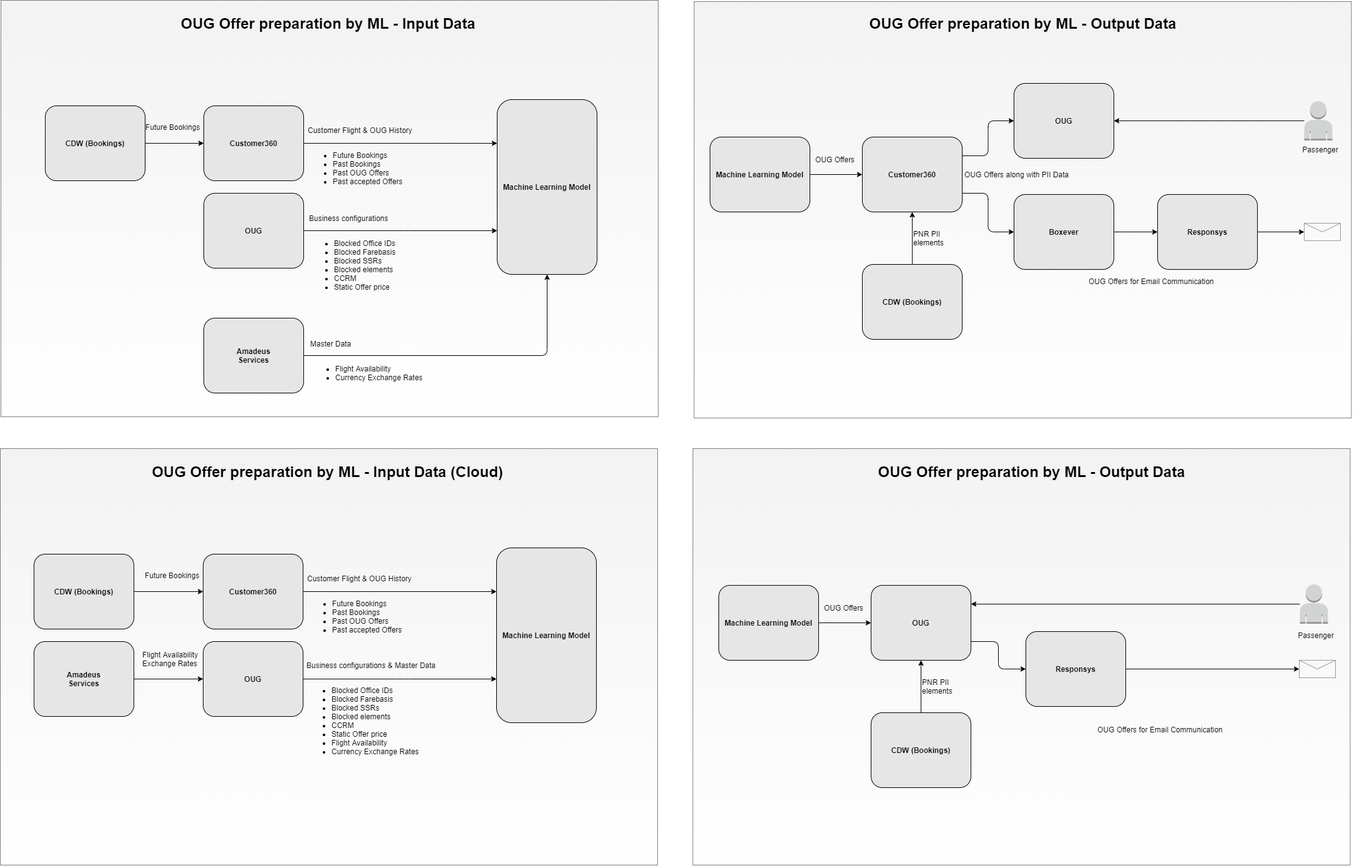
Before: OUG ML.drawio.png, a diagram exported from draw.io (NarendraGangineni/mycode). Source tidied: cells renumbered, new cells last; positions are measured from the earlier drawing's top-left corner, leaving out a move shared by most shapes.
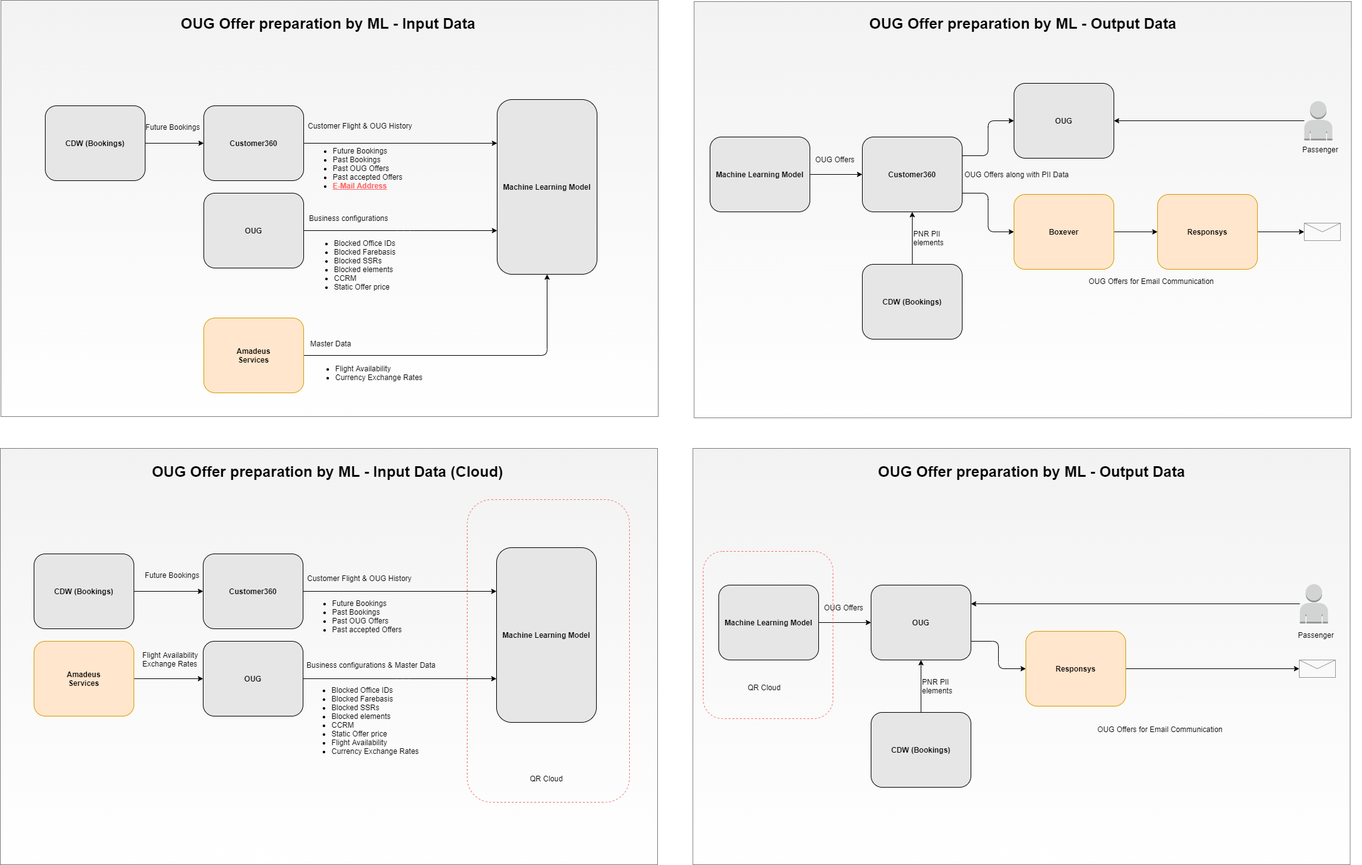
After the commit.

The edit, as a diff of the source:
```diff
@@ -44,13 +44,13 @@
     <mxCell id="15" style="edgeStyle=orthogonalEdgeStyle;rounded=1;jettySize=auto;html=1;exitX=1;exitY=0.5;exitDx=0;exitDy=0;startArrow=none;startFill=0;strokeWidth=1;fillColor=none;" parent="2" edge="1" source="16" target="18">
       <mxGeometry relative="1" as="geometry" />
     </mxCell>
-    <mxCell id="16" value="&lt;b&gt;Boxever&lt;/b&gt;" style="rounded=1;whiteSpace=wrap;html=1;strokeColor=default;fillColor=#E6E6E6;" parent="2" vertex="1">
+    <mxCell id="16" value="&lt;b&gt;Boxever&lt;/b&gt;" style="rounded=1;whiteSpace=wrap;html=1;strokeColor=#d79b00;fillColor=#ffe6cc;" parent="2" vertex="1">
       <mxGeometry x="510" y="311" width="160" height="120" as="geometry" />
     </mxCell>
     <mxCell id="17" style="edgeStyle=orthogonalEdgeStyle;rounded=1;jettySize=auto;html=1;exitX=1;exitY=0.5;exitDx=0;exitDy=0;startArrow=none;startFill=0;strokeWidth=1;fillColor=none;" parent="2" edge="1" source="18" target="19">
       <mxGeometry relative="1" as="geometry" />
     </mxCell>
-    <mxCell id="18" value="&lt;b&gt;Responsys&lt;/b&gt;" style="rounded=1;whiteSpace=wrap;html=1;strokeColor=default;fillColor=#E6E6E6;" parent="2" vertex="1">
+    <mxCell id="18" value="&lt;b&gt;Responsys&lt;/b&gt;" style="rounded=1;whiteSpace=wrap;html=1;strokeColor=#d79b00;fillColor=#ffe6cc;" parent="2" vertex="1">
       <mxGeometry x="740" y="311" width="160" height="120" as="geometry" />
     </mxCell>
     <mxCell id="19" style="verticalLabelPosition=bottom;shadow=0;dashed=0;align=center;html=1;verticalAlign=top;strokeWidth=1;shape=mxgraph.mockup.misc.mail2;strokeColor=#999999;rounded=0;glass=0;sketch=0;fillColor=none;gradientColor=#ffffff;" parent="2" vertex="1">
@@ -86,7 +86,7 @@
     <mxCell id="29" value="&lt;b&gt;OUG&lt;/b&gt;" style="rounded=1;whiteSpace=wrap;html=1;strokeColor=default;fillColor=#E6E6E6;" parent="25" vertex="1">
       <mxGeometry x="325" y="309" width="160" height="120" as="geometry" />
     </mxCell>
-    <mxCell id="30" value="&lt;div&gt;Customer Flight &amp;amp; OUG History&lt;/div&gt;&lt;div&gt;&lt;br&gt;&lt;/div&gt;&lt;ul&gt;&lt;li&gt;Future Bookings&lt;/li&gt;&lt;li&gt;Past Bookings&lt;/li&gt;&lt;li&gt;Past OUG Offers&lt;/li&gt;&lt;li&gt;Past accepted Offers&lt;/li&gt;&lt;/ul&gt;" style="text;html=1;strokeColor=none;fillColor=none;align=left;verticalAlign=middle;whiteSpace=wrap;rounded=0;dashed=1;" parent="25" vertex="1">
+    <mxCell id="30" value="&lt;div&gt;Customer Flight &amp;amp; OUG History&lt;/div&gt;&lt;div&gt;&lt;br&gt;&lt;/div&gt;&lt;ul&gt;&lt;li&gt;Future Bookings&lt;/li&gt;&lt;li&gt;Past Bookings&lt;/li&gt;&lt;li&gt;Past OUG Offers&lt;/li&gt;&lt;li&gt;Past accepted Offers&lt;/li&gt;&lt;li&gt;&lt;b&gt;&lt;u&gt;&lt;font color=&quot;#ff6666&quot;&gt;E-Mail Address&lt;/font&gt;&lt;/u&gt;&lt;/b&gt;&lt;/li&gt;&lt;/ul&gt;" style="text;html=1;strokeColor=none;fillColor=none;align=left;verticalAlign=middle;whiteSpace=wrap;rounded=0;dashed=1;" parent="25" vertex="1">
       <mxGeometry x="490" y="197" width="230" height="116" as="geometry" />
     </mxCell>
     <mxCell id="31" value="&lt;span&gt;Business configurations&lt;br&gt;&lt;br&gt;&lt;/span&gt;&lt;ul&gt;&lt;li&gt;Blocked Office IDs&lt;/li&gt;&lt;li&gt;Blocked Farebasis&lt;/li&gt;&lt;li&gt;Blocked SSRs&lt;/li&gt;&lt;li&gt;Blocked elements&lt;/li&gt;&lt;li&gt;CCRM&lt;/li&gt;&lt;li&gt;Static Offer price&lt;/li&gt;&lt;/ul&gt;" style="text;html=1;strokeColor=none;fillColor=none;align=left;verticalAlign=middle;whiteSpace=wrap;rounded=0;dashed=1;" parent="25" vertex="1">
@@ -109,7 +109,7 @@
     <mxCell id="35" style="edgeStyle=orthogonalEdgeStyle;rounded=1;jettySize=auto;html=1;strokeWidth=1;entryX=0.5;entryY=1;entryDx=0;entryDy=0;startArrow=none;startFill=0;" parent="25" edge="1" source="36" target="32">
       <mxGeometry relative="1" as="geometry" />
     </mxCell>
-    <mxCell id="36" value="&lt;b&gt;Amadeus&lt;br&gt;Services&lt;br&gt;&lt;/b&gt;" style="rounded=1;whiteSpace=wrap;html=1;strokeColor=default;fillColor=#E6E6E6;" parent="25" vertex="1">
+    <mxCell id="36" value="&lt;b&gt;Amadeus&lt;br&gt;Services&lt;br&gt;&lt;/b&gt;" style="rounded=1;whiteSpace=wrap;html=1;strokeColor=#d79b00;fillColor=#ffe6cc;" parent="25" vertex="1">
       <mxGeometry x="325" y="509" width="160" height="120" as="geometry" />
     </mxCell>
     <mxCell id="37" value="&lt;span&gt;Master Data&lt;br&gt;&lt;br&gt;&lt;/span&gt;&lt;ul&gt;&lt;li&gt;Flight Availability&lt;/li&gt;&lt;li&gt;Currency Exchange Rates&lt;/li&gt;&lt;/ul&gt;" style="text;html=1;strokeColor=none;fillColor=none;align=left;verticalAlign=middle;whiteSpace=wrap;rounded=0;dashed=1;" parent="25" vertex="1">
@@ -162,7 +162,7 @@
     <mxCell id="51" style="edgeStyle=orthogonalEdgeStyle;rounded=1;jettySize=auto;html=1;strokeWidth=1;entryX=0;entryY=0.5;entryDx=0;entryDy=0;startArrow=none;startFill=0;" parent="41" edge="1" source="52" target="45">
       <mxGeometry relative="1" as="geometry" />
     </mxCell>
-    <mxCell id="52" value="&lt;b&gt;Amadeus&lt;br&gt;Services&lt;br&gt;&lt;/b&gt;" style="rounded=1;whiteSpace=wrap;html=1;strokeColor=default;fillColor=#E6E6E6;" parent="41" vertex="1">
+    <mxCell id="52" value="&lt;b&gt;Amadeus&lt;br&gt;Services&lt;br&gt;&lt;/b&gt;" style="rounded=1;whiteSpace=wrap;html=1;strokeColor=#d79b00;fillColor=#ffe6cc;" parent="41" vertex="1">
       <mxGeometry x="54" y="309" width="160" height="120" as="geometry" />
     </mxCell>
     <mxCell id="53" value="&lt;span&gt;Flight Availability&lt;/span&gt;&lt;br&gt;&lt;span&gt;Exchange Rates&lt;/span&gt;" style="text;html=1;strokeColor=none;fillColor=none;align=left;verticalAlign=middle;whiteSpace=wrap;rounded=0;dashed=1;" parent="41" vertex="1">
@@ -177,6 +177,12 @@
     <mxCell id="56" value="&lt;div&gt;Future Bookings&lt;/div&gt;" style="text;html=1;strokeColor=none;fillColor=none;align=left;verticalAlign=middle;whiteSpace=wrap;rounded=0;dashed=1;" parent="41" vertex="1">
       <mxGeometry x="230" y="187" width="99" height="32" as="geometry" />
     </mxCell>
+    <mxCell id="75" style="rounded=1;whiteSpace=wrap;html=1;shadow=0;glass=1;sketch=0;fontColor=#FF6666;strokeColor=#EA6B66;fillColor=none;gradientColor=#ffffff;align=left;dashed=1;" parent="41" vertex="1">
+      <mxGeometry x="748" y="82" width="260" height="485" as="geometry" />
+    </mxCell>
+    <mxCell id="76" value="QR Cloud" style="text;html=1;strokeColor=none;fillColor=none;align=center;verticalAlign=middle;whiteSpace=wrap;rounded=0;shadow=0;glass=1;dashed=1;sketch=0;fontColor=#000000;" parent="41" vertex="1">
+      <mxGeometry x="845" y="514" width="60" height="30" as="geometry" />
+    </mxCell>
     <mxCell id="57" style="group;" parent="1" vertex="1">
       <mxGeometry x="1128" y="718" width="1053" height="667" as="geometry" />
     </mxCell>
@@ -210,7 +216,7 @@
     <mxCell id="67" style="edgeStyle=orthogonalEdgeStyle;rounded=1;jettySize=auto;html=1;exitX=1;exitY=0.5;exitDx=0;exitDy=0;startArrow=none;startFill=0;strokeWidth=1;fillColor=none;" parent="57" edge="1" source="68" target="69">
       <mxGeometry relative="1" as="geometry" />
     </mxCell>
-    <mxCell id="68" value="&lt;b&gt;Responsys&lt;/b&gt;" style="rounded=1;whiteSpace=wrap;html=1;strokeColor=default;fillColor=#E6E6E6;" parent="57" vertex="1">
+    <mxCell id="68" value="&lt;b&gt;Responsys&lt;/b&gt;" style="rounded=1;whiteSpace=wrap;html=1;strokeColor=#d79b00;fillColor=#ffe6cc;" parent="57" vertex="1">
       <mxGeometry x="515" y="293" width="160" height="120" as="geometry" />
     </mxCell>
     <mxCell id="69" style="verticalLabelPosition=bottom;shadow=0;dashed=0;align=center;html=1;verticalAlign=top;strokeWidth=1;shape=mxgraph.mockup.misc.mail2;strokeColor=#999999;rounded=0;glass=0;sketch=0;fillColor=none;gradientColor=#ffffff;" parent="57" vertex="1">
@@ -231,5 +237,11 @@
     <mxCell id="74" style="outlineConnect=0;dashed=0;verticalLabelPosition=bottom;verticalAlign=top;align=center;html=1;shape=mxgraph.aws3.user;fillColor=#D2D3D3;gradientColor=none;rounded=0;shadow=0;glass=0;sketch=0;strokeColor=default;" parent="57" vertex="1">
       <mxGeometry x="954" y="217.5" width="45" height="63" as="geometry" />
     </mxCell>
+    <mxCell id="77" style="rounded=1;whiteSpace=wrap;html=1;shadow=0;glass=1;sketch=0;fontColor=#FF6666;strokeColor=#EA6B66;fillColor=none;gradientColor=#ffffff;align=left;dashed=1;" parent="57" vertex="1">
+      <mxGeometry x="-2" y="165" width="208" height="268" as="geometry" />
+    </mxCell>
+    <mxCell id="78" value="QR Cloud" style="text;html=1;strokeColor=none;fillColor=none;align=center;verticalAlign=middle;whiteSpace=wrap;rounded=0;shadow=0;glass=1;dashed=1;sketch=0;fontColor=#000000;" parent="57" vertex="1">
+      <mxGeometry x="66" y="368" width="60" height="30" as="geometry" />
+    </mxCell>
   </root>
 </mxGraphModel>
```
